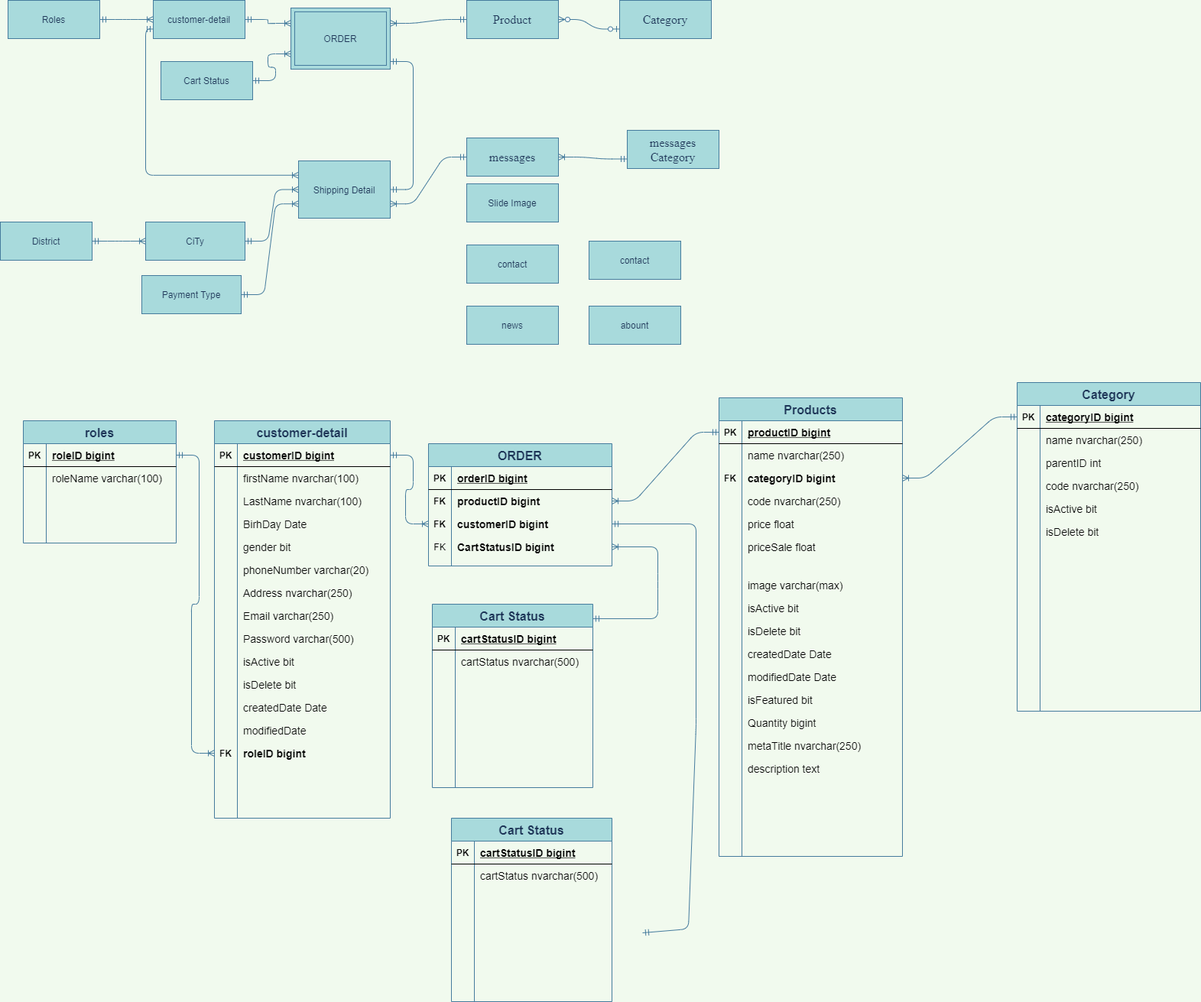
Above: Untitled Diagram.png in maialino123/Eproject-SEM3 (draw.io), before the change. Source tidied: cells renumbered, new cells last; positions are measured from the earlier drawing's top-left corner, leaving out a move shared by most shapes.
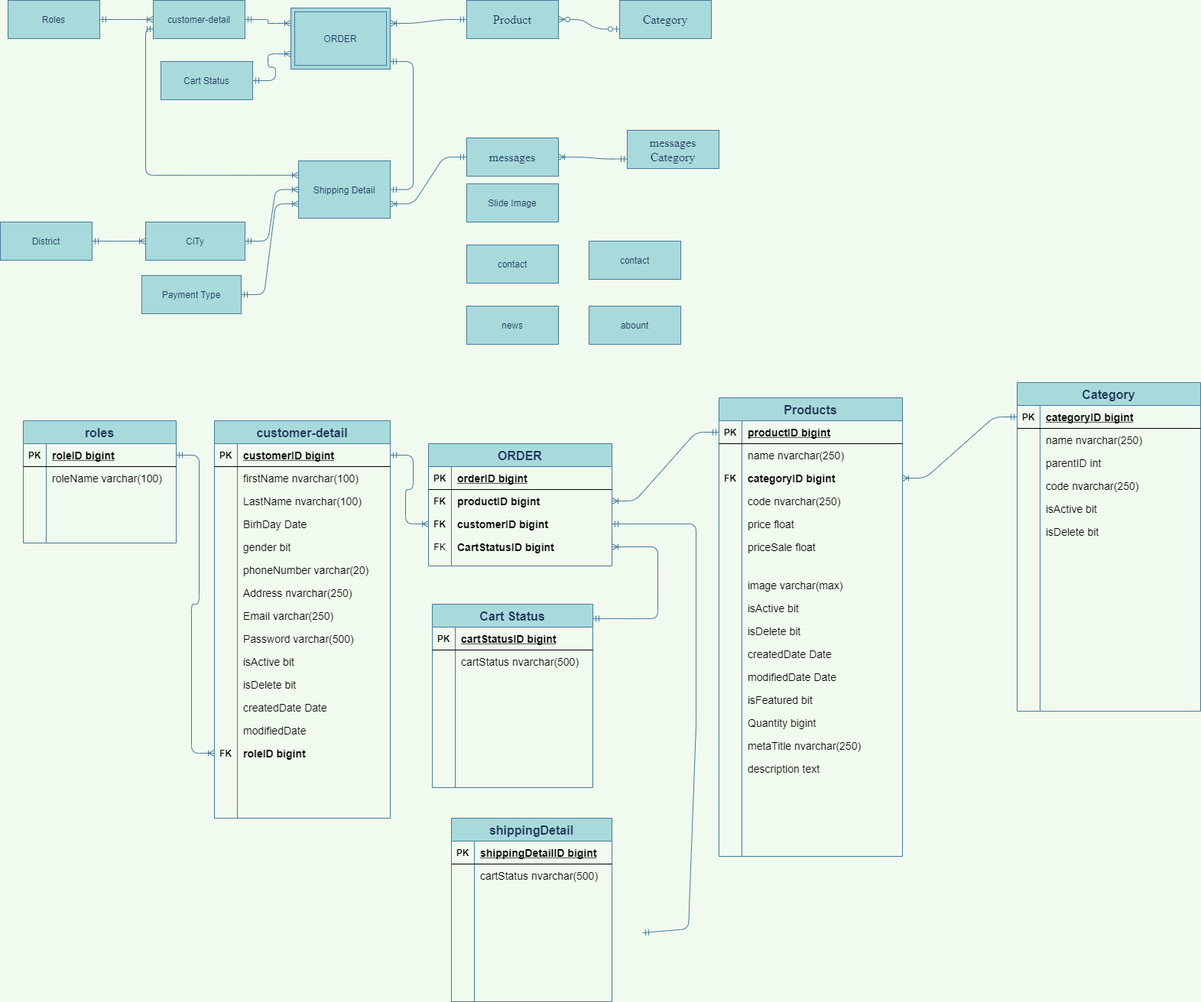
Above is the later version.

Change to the diagram source:
```diff
@@ -595,7 +595,7 @@
         </Array>
       </mxGeometry>
     </mxCell>
-    <mxCell id="197" value="Cart Status" style="shape=table;startSize=30;rowLines=0;fontStyle=1;align=center;rounded=0;sketch=0;fontColor=#1D3557;strokeColor=#457B9D;fillColor=#A8DADC;fontSize=16;" parent="1" vertex="1">
+    <mxCell id="197" value="shippingDetail" style="shape=table;startSize=30;rowLines=0;fontStyle=1;align=center;rounded=0;sketch=0;fontColor=#1D3557;strokeColor=#457B9D;fillColor=#A8DADC;fontSize=16;" parent="1" vertex="1">
       <mxGeometry x="590" y="1070" width="210" height="240" as="geometry" />
     </mxCell>
     <mxCell id="198" style="shape=partialRectangle;fillColor=none;top=0;left=0;bottom=1;right=0;" parent="197" vertex="1">
@@ -604,7 +604,7 @@
     <mxCell id="199" value="PK" style="shape=partialRectangle;fillColor=none;top=0;left=0;bottom=0;right=0;fontStyle=1;overflow=hidden;" parent="198" vertex="1">
       <mxGeometry width="30" height="30" as="geometry" />
     </mxCell>
-    <mxCell id="200" value="cartStatusID bigint" style="shape=partialRectangle;fillColor=none;top=0;left=0;bottom=0;right=0;align=left;spacingLeft=6;fontStyle=5;overflow=hidden;fontSize=14;" parent="198" vertex="1">
+    <mxCell id="200" value="shippingDetailID bigint" style="shape=partialRectangle;fillColor=none;top=0;left=0;bottom=0;right=0;align=left;spacingLeft=6;fontStyle=5;overflow=hidden;fontSize=14;" parent="198" vertex="1">
       <mxGeometry x="30" width="180" height="30" as="geometry" />
     </mxCell>
     <mxCell id="201" style="shape=partialRectangle;fillColor=none;top=0;left=0;bottom=0;right=0;" parent="197" vertex="1">
```
